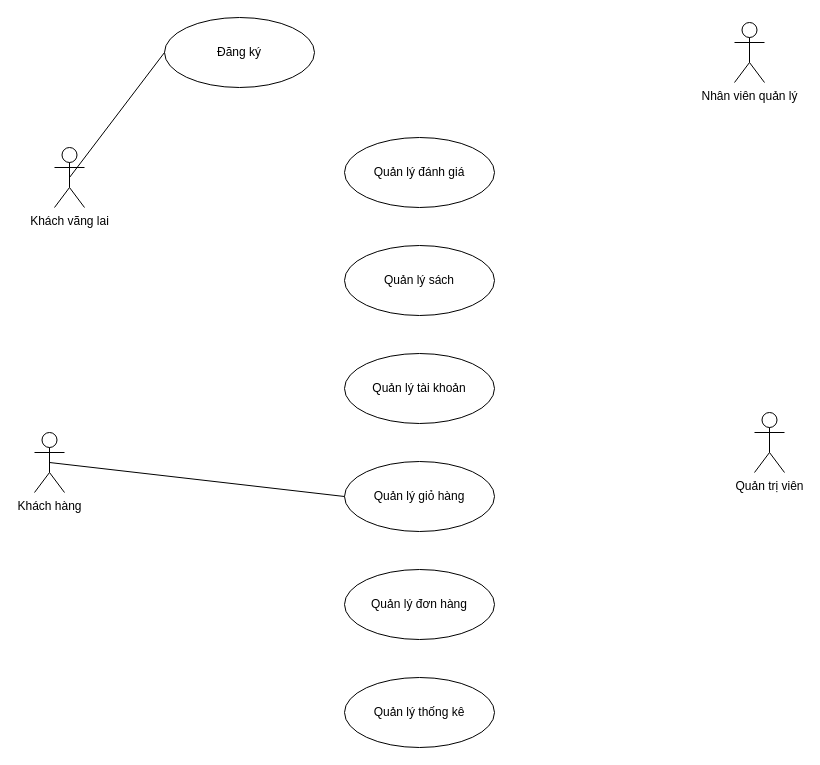
The draw.io diagram Biểu đồ không có tiêu đề.drawio in NguyenPhuc2205/PBL3_Online-Bookstore, before the edit. Source tidied: cells renumbered, new cells numbered last; positions are measured from the earlier drawing's top-left corner, leaving out a move shared by most shapes. Both pictures are drawn from the tidied source at 100%, with x=0, y=0 at pixel (34, 17).
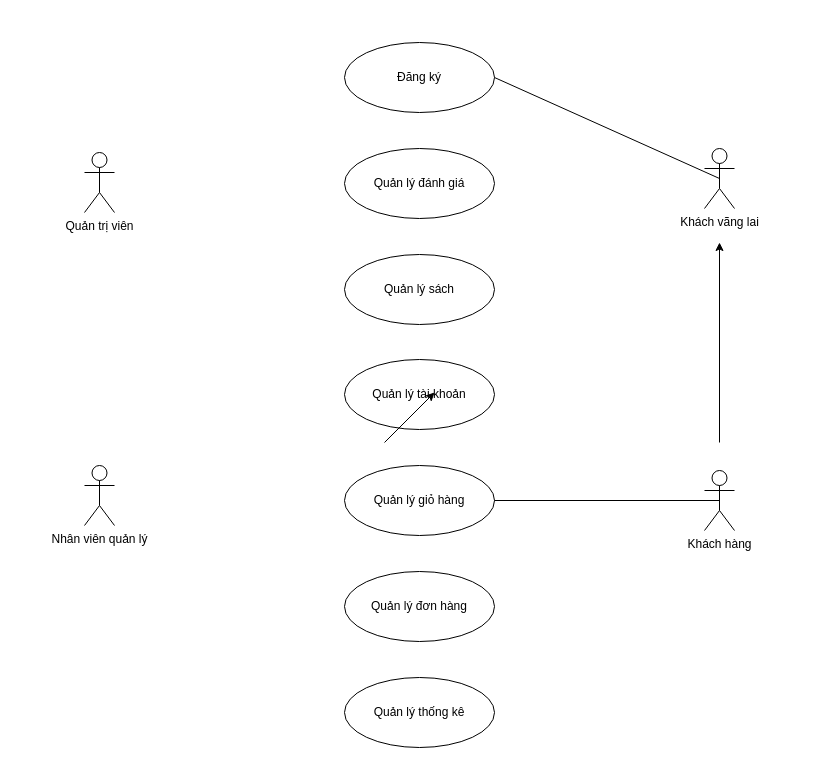
The same page after the edit.

What changed in the source:
```diff
@@
 <mxGraphModel>
   <root>
     <mxCell id="0" />
     <mxCell id="1" parent="0" />
     <mxCell id="2" value="Khách vãng lai" style="shape=umlActor;verticalLabelPosition=bottom;verticalAlign=top;html=1;outlineConnect=0;" parent="1" vertex="1">
-      <mxGeometry x="20" y="130" width="30" height="60" as="geometry" />
+      <mxGeometry x="670" y="131" width="30" height="60" as="geometry" />
     </mxCell>
     <mxCell id="3" value="Khách hàng&lt;div&gt;&lt;br&gt;&lt;/div&gt;" style="shape=umlActor;verticalLabelPosition=bottom;verticalAlign=top;html=1;outlineConnect=0;" parent="1" vertex="1">
-      <mxGeometry y="415" width="30" height="60" as="geometry" />
+      <mxGeometry x="670" y="453" width="30" height="60" as="geometry" />
     </mxCell>
-    <mxCell id="4" value="Nhân viên quản lý" style="shape=umlActor;verticalLabelPosition=bottom;verticalAlign=top;html=1;" parent="1" vertex="1">
-      <mxGeometry x="700" y="5" width="30" height="60" as="geometry" />
-    </mxCell>
     <mxCell id="5" value="Quản trị viên" style="shape=umlActor;verticalLabelPosition=bottom;verticalAlign=top;html=1;" parent="1" vertex="1">
-      <mxGeometry x="720" y="395" width="30" height="60" as="geometry" />
+      <mxGeometry x="50" y="135" width="30" height="60" as="geometry" />
     </mxCell>
     <mxCell id="6" value="Đăng ký" style="ellipse;whiteSpace=wrap;html=1;" parent="1" vertex="1">
-      <mxGeometry x="130" width="150" height="70" as="geometry" />
+      <mxGeometry x="310" y="25" width="150" height="70" as="geometry" />
     </mxCell>
     <mxCell id="7" value="Quản lý tài khoản" style="ellipse;whiteSpace=wrap;html=1;" parent="1" vertex="1">
-      <mxGeometry x="310" y="336" width="150" height="70" as="geometry" />
+      <mxGeometry x="310" y="342" width="150" height="70" as="geometry" />
     </mxCell>
     <mxCell id="8" value="Quản lý giỏ hàng" style="ellipse;whiteSpace=wrap;html=1;" parent="1" vertex="1">
-      <mxGeometry x="310" y="444" width="150" height="70" as="geometry" />
+      <mxGeometry x="310" y="448" width="150" height="70" as="geometry" />
     </mxCell>
     <mxCell id="9" value="Quản lý đơn hàng" style="ellipse;whiteSpace=wrap;html=1;" parent="1" vertex="1">
-      <mxGeometry x="310" y="552" width="150" height="70" as="geometry" />
+      <mxGeometry x="310" y="554" width="150" height="70" as="geometry" />
     </mxCell>
     <mxCell id="10" value="Quản lý thống kê" style="ellipse;whiteSpace=wrap;html=1;" parent="1" vertex="1">
       <mxGeometry x="310" y="660" width="150" height="70" as="geometry" />
     </mxCell>
     <mxCell id="11" value="Quản lý sách" style="ellipse;whiteSpace=wrap;html=1;" parent="1" vertex="1">
-      <mxGeometry x="310" y="228" width="150" height="70" as="geometry" />
+      <mxGeometry x="310" y="237" width="150" height="70" as="geometry" />
     </mxCell>
     <mxCell id="12" value="Quản lý đánh giá" style="ellipse;whiteSpace=wrap;html=1;" parent="1" vertex="1">
-      <mxGeometry x="310" y="120" width="150" height="70" as="geometry" />
+      <mxGeometry x="310" y="131" width="150" height="70" as="geometry" />
     </mxCell>
-    <mxCell id="13" style="endArrow=none;html=1;rounded=0;exitX=0.5;exitY=0.5;exitDx=0;exitDy=0;exitPerimeter=0;entryX=0;entryY=0.5;entryDx=0;entryDy=0;" parent="1" edge="1" source="2" target="6">
+    <mxCell id="13" style="endArrow=none;html=1;rounded=0;exitX=0.5;exitY=0.5;exitDx=0;exitDy=0;exitPerimeter=0;entryX=1;entryY=0.5;entryDx=0;entryDy=0;" parent="1" edge="1" source="2" target="6">
       <mxGeometry relative="1" as="geometry" />
     </mxCell>
-    <mxCell id="14" style="endArrow=none;html=1;rounded=0;exitX=0.5;exitY=0.5;exitDx=0;exitDy=0;exitPerimeter=0;entryX=0;entryY=0.5;entryDx=0;entryDy=0;" parent="1" edge="1" source="3" target="8">
+    <mxCell id="14" style="endArrow=none;html=1;rounded=0;exitX=0.5;exitY=0.5;exitDx=0;exitDy=0;exitPerimeter=0;entryX=1;entryY=0.5;entryDx=0;entryDy=0;" parent="1" edge="1" source="3" target="8">
       <mxGeometry relative="1" as="geometry" />
     </mxCell>
+    <mxCell id="4" value="Nhân viên quản lý" style="shape=umlActor;verticalLabelPosition=bottom;verticalAlign=top;html=1;" parent="1" vertex="1">
+      <mxGeometry x="50" y="448" width="30" height="60" as="geometry" />
+    </mxCell>
+    <mxCell id="15" style="endArrow=classic;html=1;rounded=0;" parent="1" edge="1">
+      <mxGeometry relative="1" as="geometry">
+        <mxPoint x="350" y="425" as="sourcePoint" />
+        <mxPoint x="400" y="375" as="targetPoint" />
+      </mxGeometry>
+    </mxCell>
+    <mxCell id="16" style="edgeStyle=orthogonalEdgeStyle;rounded=0;orthogonalLoop=1;jettySize=auto;html=1;" parent="1" edge="1">
+      <mxGeometry relative="1" as="geometry">
+        <mxPoint x="685" y="425" as="sourcePoint" />
+        <mxPoint x="685" y="225" as="targetPoint" />
+      </mxGeometry>
+    </mxCell>
   </root>
 </mxGraphModel>
```
